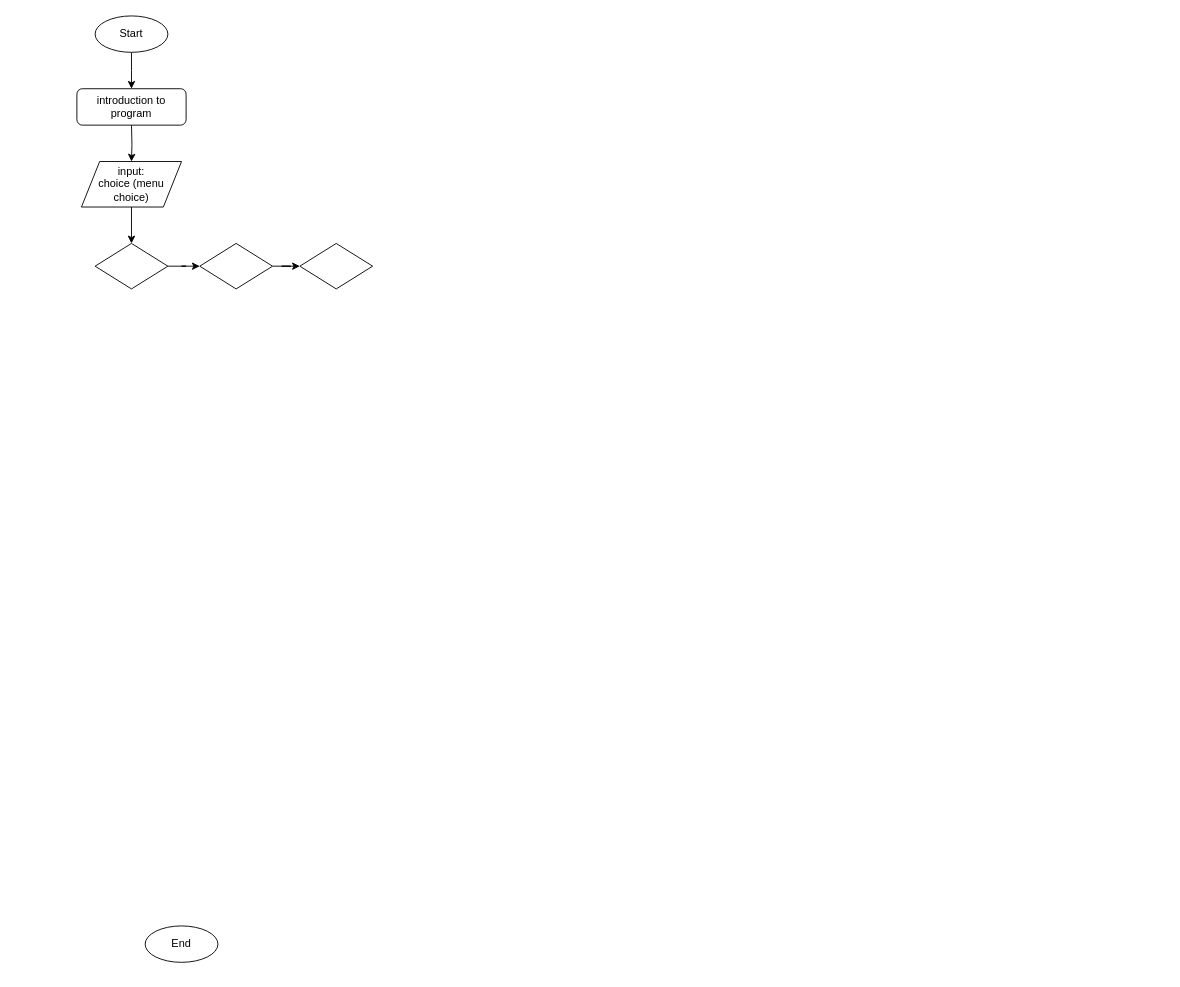
Earlier version of the draw.io diagram Untitled Diagram.drawio (louis-not/ProyekDaskom). Source tidied: cells renumbered, new cells numbered last; positions are measured from the earlier drawing's top-left corner, leaving out a move shared by most shapes. Both pictures are drawn from the tidied source at 91%, with x=0, y=0 at pixel (76, 15).
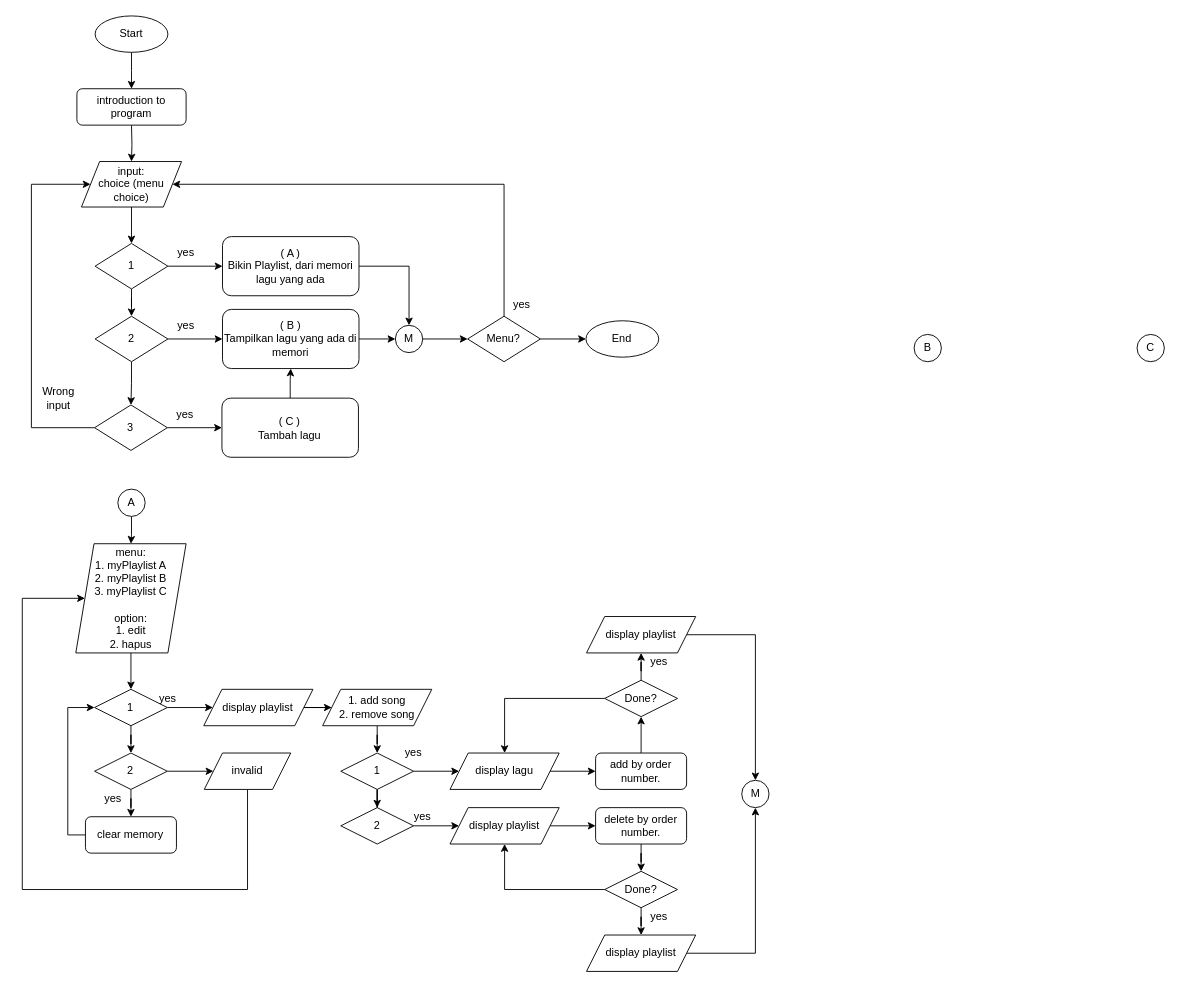
Above is the later version.

The change refers to these unchanged cells:
```xml
<mxCell id="8" value="&lt;div&gt;input:&lt;/div&gt;&lt;div&gt;choice (menu choice)&lt;br&gt;&lt;/div&gt;" style="shape=parallelogram;perimeter=parallelogramPerimeter;whiteSpace=wrap;html=1;fixedSize=1;" parent="1" vertex="1">
  <mxGeometry x="5" y="160" width="110" height="50" as="geometry" />
</mxCell>
```

Change to the diagram source:
```diff
@@
     <mxCell id="4" value="End" style="ellipse;whiteSpace=wrap;html=1;" parent="1" vertex="1">
-      <mxGeometry x="75" y="1000" width="80" height="40" as="geometry" />
+      <mxGeometry x="559.4" y="335" width="80" height="40" as="geometry" />
     </mxCell>
@@
+    <mxCell id="14" style="edgeStyle=orthogonalEdgeStyle;rounded=0;jettySize=auto;html=1;" parent="1" edge="1" source="10" target="20">
+      <mxGeometry relative="1" as="geometry" />
+    </mxCell>
-    <mxCell id="10" style="rhombus;whiteSpace=wrap;html=1;" parent="1" vertex="1">
+    <mxCell id="10" value="1" style="rhombus;whiteSpace=wrap;html=1;" parent="1" vertex="1">
       <mxGeometry x="20" y="250" width="80" height="50" as="geometry" />
     </mxCell>
-    <mxCell id="11" style="edgeStyle=orthogonalEdgeStyle;rounded=0;jettySize=auto;html=1;" parent="1" edge="1" source="12" target="13">
-      <mxGeometry relative="1" as="geometry" />
-    </mxCell>
+    <mxCell id="15" style="edgeStyle=orthogonalEdgeStyle;rounded=0;jettySize=auto;html=1;entryX=0;entryY=0.5;entryDx=0;entryDy=0;" parent="1" edge="1" source="12" target="25">
+      <mxGeometry relative="1" as="geometry" />
+    </mxCell>
+    <mxCell id="16" style="edgeStyle=orthogonalEdgeStyle;rounded=0;jettySize=auto;html=1;" parent="1" edge="1" source="12" target="23">
+      <mxGeometry relative="1" as="geometry" />
+    </mxCell>
-    <mxCell id="12" style="rhombus;whiteSpace=wrap;html=1;" parent="1" vertex="1">
-      <mxGeometry x="135" y="250" width="80" height="50" as="geometry" />
+    <mxCell id="12" value="2" style="rhombus;whiteSpace=wrap;html=1;" parent="1" vertex="1">
+      <mxGeometry x="20" y="330" width="80" height="50" as="geometry" />
     </mxCell>
+    <mxCell id="17" style="edgeStyle=orthogonalEdgeStyle;rounded=0;jettySize=auto;html=1;entryX=1;entryY=0.5;entryDx=0;entryDy=0;" parent="1" edge="1" source="13" target="8">
+      <mxGeometry relative="1" as="geometry">
+        <Array as="points">
+          <mxPoint x="469" y="185" />
+        </Array>
+      </mxGeometry>
+    </mxCell>
+    <mxCell id="18" style="edgeStyle=orthogonalEdgeStyle;rounded=0;jettySize=auto;html=1;" parent="1" edge="1" source="13" target="4">
+      <mxGeometry relative="1" as="geometry" />
+    </mxCell>
-    <mxCell id="13" style="rhombus;whiteSpace=wrap;html=1;" parent="1" vertex="1">
-      <mxGeometry x="245" y="250" width="80" height="50" as="geometry" />
+    <mxCell id="13" value="Menu?" style="rhombus;whiteSpace=wrap;html=1;" parent="1" vertex="1">
+      <mxGeometry x="429.4" y="330" width="80" height="50" as="geometry" />
     </mxCell>
+    <mxCell id="19" style="edgeStyle=orthogonalEdgeStyle;rounded=0;jettySize=auto;html=1;entryX=0.5;entryY=0;entryDx=0;entryDy=0;" parent="1" edge="1" source="20" target="29">
+      <mxGeometry relative="1" as="geometry" />
+    </mxCell>
+    <mxCell id="20" value="&lt;div&gt;( A )&lt;br&gt;&lt;/div&gt;&lt;div&gt;Bikin Playlist, dari memori lagu yang ada&lt;/div&gt;" style="rounded=1;whiteSpace=wrap;html=1;" parent="1" vertex="1">
+      <mxGeometry x="160" y="242.5" width="150" height="65" as="geometry" />
+    </mxCell>
+    <mxCell id="21" style="edgeStyle=orthogonalEdgeStyle;rounded=0;jettySize=auto;html=1;" parent="1" edge="1" source="23" target="27">
+      <mxGeometry relative="1" as="geometry" />
+    </mxCell>
+    <mxCell id="22" style="edgeStyle=orthogonalEdgeStyle;rounded=0;jettySize=auto;html=1;entryX=0;entryY=0.5;entryDx=0;entryDy=0;" parent="1" edge="1" source="23" target="8">
+      <mxGeometry relative="1" as="geometry">
+        <Array as="points">
+          <mxPoint x="-50" y="452" />
+          <mxPoint x="-50" y="185" />
+        </Array>
+      </mxGeometry>
+    </mxCell>
+    <mxCell id="23" value="3" style="rhombus;whiteSpace=wrap;html=1;" parent="1" vertex="1">
+      <mxGeometry x="19.4" y="427.5" width="80" height="50" as="geometry" />
+    </mxCell>
+    <mxCell id="24" style="edgeStyle=orthogonalEdgeStyle;rounded=0;jettySize=auto;html=1;" parent="1" edge="1" source="25" target="29">
+      <mxGeometry relative="1" as="geometry" />
+    </mxCell>
+    <mxCell id="25" value="&lt;div&gt;( B )&lt;/div&gt;&lt;div&gt;&lt;div&gt;Tampilkan lagu yang ada di memori&lt;br&gt;&lt;/div&gt;&lt;/div&gt;" style="rounded=1;whiteSpace=wrap;html=1;" parent="1" vertex="1">
+      <mxGeometry x="160" y="322.5" width="150" height="65" as="geometry" />
+    </mxCell>
+    <mxCell id="26" style="edgeStyle=orthogonalEdgeStyle;rounded=0;jettySize=auto;html=1;" parent="1" edge="1" source="27" target="25">
+      <mxGeometry relative="1" as="geometry" />
+    </mxCell>
+    <mxCell id="27" value="&lt;div&gt;( C )&lt;br&gt;&lt;/div&gt;&lt;div&gt;Tambah lagu&lt;/div&gt;" style="rounded=1;whiteSpace=wrap;html=1;" parent="1" vertex="1">
+      <mxGeometry x="159.4" y="420" width="150" height="65" as="geometry" />
+    </mxCell>
+    <mxCell id="28" style="edgeStyle=orthogonalEdgeStyle;rounded=0;jettySize=auto;html=1;entryX=0;entryY=0.5;entryDx=0;entryDy=0;" parent="1" edge="1" source="29" target="13">
+      <mxGeometry relative="1" as="geometry" />
+    </mxCell>
+    <mxCell id="29" value="M" style="ellipse;whiteSpace=wrap;html=1;" parent="1" vertex="1">
+      <mxGeometry x="350" y="340" width="30" height="30" as="geometry" />
+    </mxCell>
+    <mxCell id="30" value="Wrong input" style="text;html=1;strokeColor=none;fillColor=none;align=center;verticalAlign=middle;whiteSpace=wrap;rounded=0;" parent="1" vertex="1">
+      <mxGeometry x="-40" y="410" width="40" height="20" as="geometry" />
+    </mxCell>
+    <mxCell id="31" value="yes" style="text;html=1;strokeColor=none;fillColor=none;align=center;verticalAlign=middle;whiteSpace=wrap;rounded=0;" parent="1" vertex="1">
+      <mxGeometry x="100" y="250" width="40" height="20" as="geometry" />
+    </mxCell>
+    <mxCell id="32" value="yes" style="text;html=1;strokeColor=none;fillColor=none;align=center;verticalAlign=middle;whiteSpace=wrap;rounded=0;" parent="1" vertex="1">
+      <mxGeometry x="100" y="330" width="40" height="20" as="geometry" />
+    </mxCell>
+    <mxCell id="33" value="yes" style="text;html=1;strokeColor=none;fillColor=none;align=center;verticalAlign=middle;whiteSpace=wrap;rounded=0;" parent="1" vertex="1">
+      <mxGeometry x="99.4" y="427.5" width="40" height="20" as="geometry" />
+    </mxCell>
+    <mxCell id="34" value="yes" style="text;html=1;strokeColor=none;fillColor=none;align=center;verticalAlign=middle;whiteSpace=wrap;rounded=0;" parent="1" vertex="1">
+      <mxGeometry x="469.4" y="307.5" width="40" height="20" as="geometry" />
+    </mxCell>
+    <mxCell id="35" style="edgeStyle=orthogonalEdgeStyle;rounded=0;jettySize=auto;html=1;" parent="1" edge="1" source="36" target="40">
+      <mxGeometry relative="1" as="geometry" />
+    </mxCell>
+    <mxCell id="36" value="A" style="ellipse;whiteSpace=wrap;html=1;" parent="1" vertex="1">
+      <mxGeometry x="45" y="520" width="30" height="30" as="geometry" />
+    </mxCell>
+    <mxCell id="37" value="B" style="ellipse;whiteSpace=wrap;html=1;" parent="1" vertex="1">
+      <mxGeometry x="920" y="350" width="30" height="30" as="geometry" />
+    </mxCell>
+    <mxCell id="38" value="C" style="ellipse;whiteSpace=wrap;html=1;" parent="1" vertex="1">
+      <mxGeometry x="1165" y="350" width="30" height="30" as="geometry" />
+    </mxCell>
+    <mxCell id="39" style="edgeStyle=orthogonalEdgeStyle;rounded=0;jettySize=auto;html=1;" parent="1" edge="1" source="40" target="43">
+      <mxGeometry relative="1" as="geometry" />
+    </mxCell>
+    <mxCell id="40" value="&lt;div&gt;menu:&lt;/div&gt;&lt;div&gt;1. myPlaylist A&lt;/div&gt;&lt;div&gt;2. myPlaylist B&lt;br&gt;&lt;div&gt;3. myPlaylist C&lt;/div&gt;&lt;div&gt;&lt;br&gt;&lt;/div&gt;&lt;div&gt;option:&lt;/div&gt;&lt;div&gt;1. edit&lt;/div&gt;&lt;div&gt;2. hapus&lt;br&gt;&lt;/div&gt;&lt;/div&gt;" style="shape=parallelogram;perimeter=parallelogramPerimeter;whiteSpace=wrap;html=1;fixedSize=1;" parent="1" vertex="1">
+      <mxGeometry x="-1.2" y="580" width="121.2" height="120" as="geometry" />
+    </mxCell>
+    <mxCell id="41" style="edgeStyle=orthogonalEdgeStyle;rounded=0;jettySize=auto;html=1;" parent="1" edge="1" source="43" target="46">
+      <mxGeometry relative="1" as="geometry" />
+    </mxCell>
+    <mxCell id="42" style="edgeStyle=orthogonalEdgeStyle;rounded=0;jettySize=auto;html=1;" parent="1" edge="1" source="43" target="54">
+      <mxGeometry relative="1" as="geometry" />
+    </mxCell>
+    <mxCell id="43" value="1" style="rhombus;whiteSpace=wrap;html=1;" parent="1" vertex="1">
+      <mxGeometry x="19.4" y="740" width="80" height="40" as="geometry" />
+    </mxCell>
+    <mxCell id="44" style="edgeStyle=orthogonalEdgeStyle;rounded=0;jettySize=auto;html=1;" parent="1" edge="1" source="46" target="48">
+      <mxGeometry relative="1" as="geometry" />
+    </mxCell>
+    <mxCell id="45" style="edgeStyle=orthogonalEdgeStyle;rounded=0;jettySize=auto;html=1;entryX=0;entryY=0.5;entryDx=0;entryDy=0;" parent="1" edge="1" source="46" target="52">
+      <mxGeometry relative="1" as="geometry" />
+    </mxCell>
+    <mxCell id="46" value="2" style="rhombus;whiteSpace=wrap;html=1;" parent="1" vertex="1">
+      <mxGeometry x="19.4" y="810" width="80" height="40" as="geometry" />
+    </mxCell>
+    <mxCell id="47" style="edgeStyle=orthogonalEdgeStyle;rounded=0;jettySize=auto;html=1;entryX=0;entryY=0.5;entryDx=0;entryDy=0;" parent="1" edge="1" source="48" target="43">
+      <mxGeometry relative="1" as="geometry">
+        <Array as="points">
+          <mxPoint x="-10" y="900" />
+          <mxPoint x="-10" y="760" />
+        </Array>
+      </mxGeometry>
+    </mxCell>
+    <mxCell id="48" value="clear memory" style="rounded=1;whiteSpace=wrap;html=1;" parent="1" vertex="1">
+      <mxGeometry x="9.4" y="880" width="100" height="40" as="geometry" />
+    </mxCell>
+    <mxCell id="49" value="yes" style="text;html=1;strokeColor=none;fillColor=none;align=center;verticalAlign=middle;whiteSpace=wrap;rounded=0;" parent="1" vertex="1">
+      <mxGeometry x="20" y="850" width="40" height="20" as="geometry" />
+    </mxCell>
+    <mxCell id="50" value="yes" style="text;html=1;strokeColor=none;fillColor=none;align=center;verticalAlign=middle;whiteSpace=wrap;rounded=0;" parent="1" vertex="1">
+      <mxGeometry x="80" y="740" width="40" height="20" as="geometry" />
+    </mxCell>
+    <mxCell id="51" style="edgeStyle=orthogonalEdgeStyle;rounded=0;jettySize=auto;html=1;entryX=0;entryY=0.5;entryDx=0;entryDy=0;" parent="1" edge="1" source="52" target="40">
+      <mxGeometry relative="1" as="geometry">
+        <Array as="points">
+          <mxPoint x="188" y="960" />
+          <mxPoint x="-60" y="960" />
+          <mxPoint x="-60" y="640" />
+        </Array>
+      </mxGeometry>
+    </mxCell>
+    <mxCell id="52" value="invalid" style="shape=parallelogram;perimeter=parallelogramPerimeter;whiteSpace=wrap;html=1;fixedSize=1;" parent="1" vertex="1">
+      <mxGeometry x="140" y="810" width="95" height="40" as="geometry" />
+    </mxCell>
+    <mxCell id="53" style="edgeStyle=orthogonalEdgeStyle;rounded=0;jettySize=auto;html=1;" parent="1" edge="1" source="54" target="56">
+      <mxGeometry relative="1" as="geometry" />
+    </mxCell>
+    <mxCell id="54" value="display playlist" style="shape=parallelogram;perimeter=parallelogramPerimeter;whiteSpace=wrap;html=1;fixedSize=1;" parent="1" vertex="1">
+      <mxGeometry x="139.4" y="740" width="120" height="40" as="geometry" />
+    </mxCell>
+    <mxCell id="55" style="edgeStyle=orthogonalEdgeStyle;rounded=0;jettySize=auto;html=1;entryX=0.5;entryY=0;entryDx=0;entryDy=0;" parent="1" edge="1" source="56" target="59">
+      <mxGeometry relative="1" as="geometry" />
+    </mxCell>
+    <mxCell id="56" value="&lt;div&gt;1. add song&lt;/div&gt;&lt;div&gt;2. remove song&lt;br&gt;&lt;/div&gt;" style="shape=parallelogram;perimeter=parallelogramPerimeter;whiteSpace=wrap;html=1;fixedSize=1;" parent="1" vertex="1">
+      <mxGeometry x="270" y="740" width="120" height="40" as="geometry" />
+    </mxCell>
+    <mxCell id="57" style="edgeStyle=orthogonalEdgeStyle;rounded=0;jettySize=auto;html=1;entryX=0.5;entryY=0;entryDx=0;entryDy=0;" parent="1" edge="1" source="59" target="61">
+      <mxGeometry relative="1" as="geometry" />
+    </mxCell>
+    <mxCell id="58" style="edgeStyle=orthogonalEdgeStyle;rounded=0;jettySize=auto;html=1;" parent="1" edge="1" source="59" target="69">
+      <mxGeometry relative="1" as="geometry" />
+    </mxCell>
+    <mxCell id="59" value="1" style="rhombus;whiteSpace=wrap;html=1;" parent="1" vertex="1">
+      <mxGeometry x="290" y="810" width="80" height="40" as="geometry" />
+    </mxCell>
+    <mxCell id="60" style="edgeStyle=orthogonalEdgeStyle;rounded=0;jettySize=auto;html=1;" parent="1" edge="1" source="61" target="67">
+      <mxGeometry relative="1" as="geometry" />
+    </mxCell>
+    <mxCell id="61" value="2" style="rhombus;whiteSpace=wrap;html=1;" parent="1" vertex="1">
+      <mxGeometry x="290" y="870" width="80" height="40" as="geometry" />
+    </mxCell>
+    <mxCell id="62" value="yes" style="text;html=1;strokeColor=none;fillColor=none;align=center;verticalAlign=middle;whiteSpace=wrap;rounded=0;" parent="1" vertex="1">
+      <mxGeometry x="350" y="800" width="40" height="20" as="geometry" />
+    </mxCell>
+    <mxCell id="63" value="yes" style="text;html=1;strokeColor=none;fillColor=none;align=center;verticalAlign=middle;whiteSpace=wrap;rounded=0;" parent="1" vertex="1">
+      <mxGeometry x="360" y="870" width="40" height="20" as="geometry" />
+    </mxCell>
+    <mxCell id="64" style="edgeStyle=orthogonalEdgeStyle;rounded=0;jettySize=auto;html=1;" parent="1" edge="1" source="65" target="80">
+      <mxGeometry relative="1" as="geometry" />
+    </mxCell>
+    <mxCell id="65" value="delete by order number." style="rounded=1;whiteSpace=wrap;html=1;" parent="1" vertex="1">
+      <mxGeometry x="570" y="870" width="100" height="40" as="geometry" />
+    </mxCell>
+    <mxCell id="66" style="edgeStyle=orthogonalEdgeStyle;rounded=0;jettySize=auto;html=1;" parent="1" edge="1" source="67" target="65">
+      <mxGeometry relative="1" as="geometry" />
+    </mxCell>
+    <mxCell id="67" value="display playlist" style="shape=parallelogram;perimeter=parallelogramPerimeter;whiteSpace=wrap;html=1;fixedSize=1;" parent="1" vertex="1">
+      <mxGeometry x="410" y="870" width="120" height="40" as="geometry" />
+    </mxCell>
+    <mxCell id="68" style="edgeStyle=orthogonalEdgeStyle;rounded=0;jettySize=auto;html=1;" parent="1" edge="1" source="69" target="71">
+      <mxGeometry relative="1" as="geometry" />
+    </mxCell>
+    <mxCell id="69" value="display lagu" style="shape=parallelogram;perimeter=parallelogramPerimeter;whiteSpace=wrap;html=1;fixedSize=1;" parent="1" vertex="1">
+      <mxGeometry x="410" y="810" width="120" height="40" as="geometry" />
+    </mxCell>
+    <mxCell id="70" style="edgeStyle=orthogonalEdgeStyle;rounded=0;jettySize=auto;html=1;" parent="1" edge="1" source="71" target="74">
+      <mxGeometry relative="1" as="geometry" />
+    </mxCell>
+    <mxCell id="71" value="add by order number." style="rounded=1;whiteSpace=wrap;html=1;" parent="1" vertex="1">
+      <mxGeometry x="570" y="810" width="100" height="40" as="geometry" />
+    </mxCell>
+    <mxCell id="72" style="edgeStyle=orthogonalEdgeStyle;rounded=0;jettySize=auto;html=1;" parent="1" edge="1" source="74" target="69">
+      <mxGeometry relative="1" as="geometry" />
+    </mxCell>
+    <mxCell id="73" style="edgeStyle=orthogonalEdgeStyle;rounded=0;jettySize=auto;html=1;" parent="1" edge="1" source="74" target="76">
+      <mxGeometry relative="1" as="geometry" />
+    </mxCell>
+    <mxCell id="74" value="Done?" style="rhombus;whiteSpace=wrap;html=1;" parent="1" vertex="1">
+      <mxGeometry x="580" y="730" width="80" height="40" as="geometry" />
+    </mxCell>
+    <mxCell id="75" style="edgeStyle=orthogonalEdgeStyle;rounded=0;jettySize=auto;html=1;" parent="1" edge="1" source="76" target="84">
+      <mxGeometry relative="1" as="geometry" />
+    </mxCell>
+    <mxCell id="76" value="display playlist" style="shape=parallelogram;perimeter=parallelogramPerimeter;whiteSpace=wrap;html=1;fixedSize=1;" parent="1" vertex="1">
+      <mxGeometry x="560" y="660" width="120" height="40" as="geometry" />
+    </mxCell>
+    <mxCell id="77" value="yes" style="text;html=1;strokeColor=none;fillColor=none;align=center;verticalAlign=middle;whiteSpace=wrap;rounded=0;" parent="1" vertex="1">
+      <mxGeometry x="620" y="700" width="40" height="20" as="geometry" />
+    </mxCell>
+    <mxCell id="78" style="edgeStyle=orthogonalEdgeStyle;rounded=0;jettySize=auto;html=1;" parent="1" edge="1" source="80" target="82">
+      <mxGeometry relative="1" as="geometry" />
+    </mxCell>
+    <mxCell id="79" style="edgeStyle=orthogonalEdgeStyle;rounded=0;jettySize=auto;html=1;" parent="1" edge="1" source="80" target="67">
+      <mxGeometry relative="1" as="geometry" />
+    </mxCell>
+    <mxCell id="80" value="Done?" style="rhombus;whiteSpace=wrap;html=1;" parent="1" vertex="1">
+      <mxGeometry x="580" y="940" width="80" height="40" as="geometry" />
+    </mxCell>
+    <mxCell id="81" style="edgeStyle=orthogonalEdgeStyle;rounded=0;jettySize=auto;html=1;" parent="1" edge="1" source="82" target="84">
+      <mxGeometry relative="1" as="geometry" />
+    </mxCell>
+    <mxCell id="82" value="display playlist" style="shape=parallelogram;perimeter=parallelogramPerimeter;whiteSpace=wrap;html=1;fixedSize=1;" parent="1" vertex="1">
+      <mxGeometry x="560" y="1010" width="120" height="40" as="geometry" />
+    </mxCell>
+    <mxCell id="83" value="yes" style="text;html=1;strokeColor=none;fillColor=none;align=center;verticalAlign=middle;whiteSpace=wrap;rounded=0;" parent="1" vertex="1">
+      <mxGeometry x="620" y="980" width="40" height="20" as="geometry" />
+    </mxCell>
+    <mxCell id="84" value="M" style="ellipse;whiteSpace=wrap;html=1;" parent="1" vertex="1">
+      <mxGeometry x="730.6" y="840" width="30" height="30" as="geometry" />
+    </mxCell>
```
